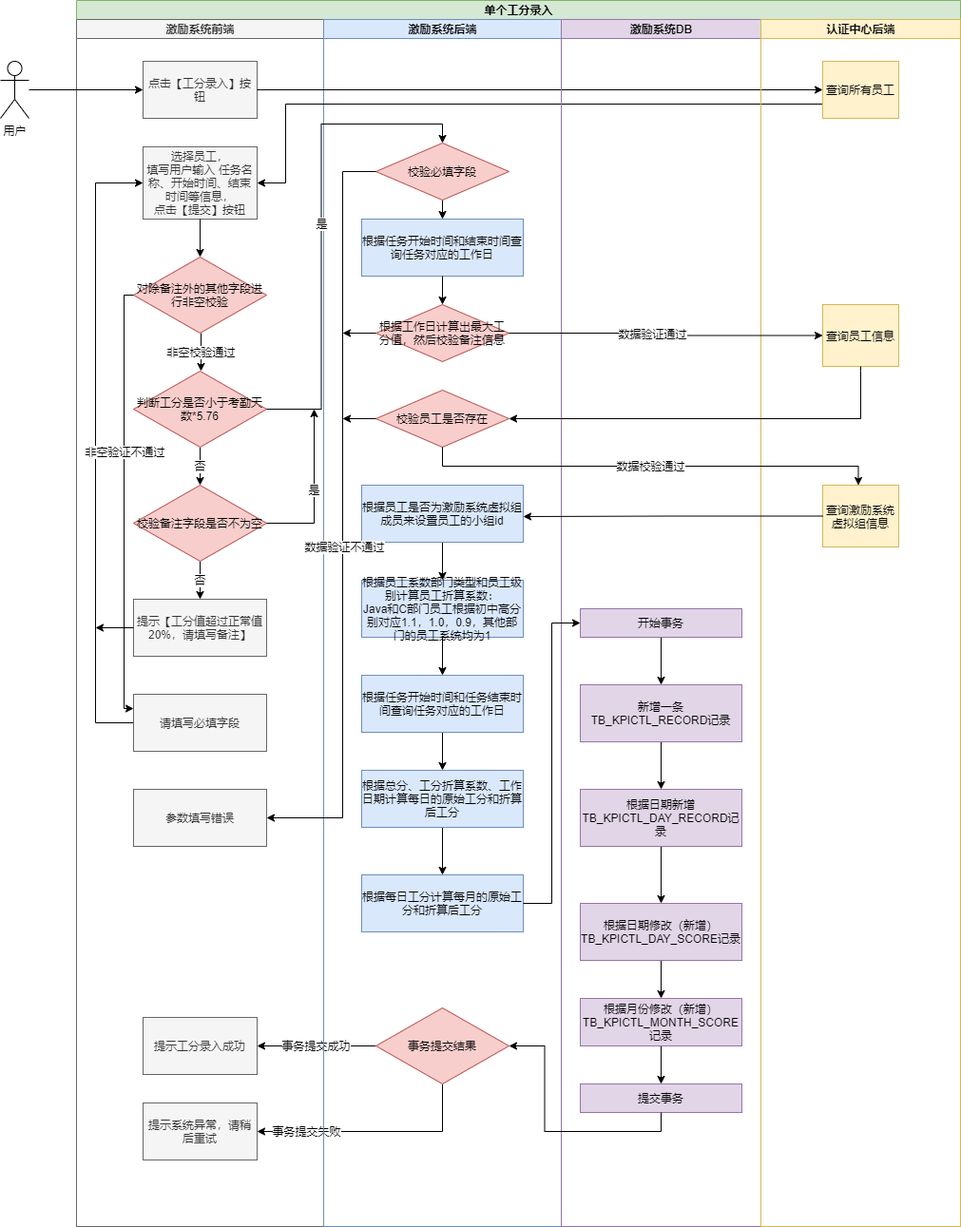
Before: 工分录入-单个工分录入.png, a diagram exported from draw.io (julingpu/coffee). Source tidied: cells renumbered, new cells last; positions are measured from the earlier drawing's top-left corner, leaving out a move shared by most shapes.
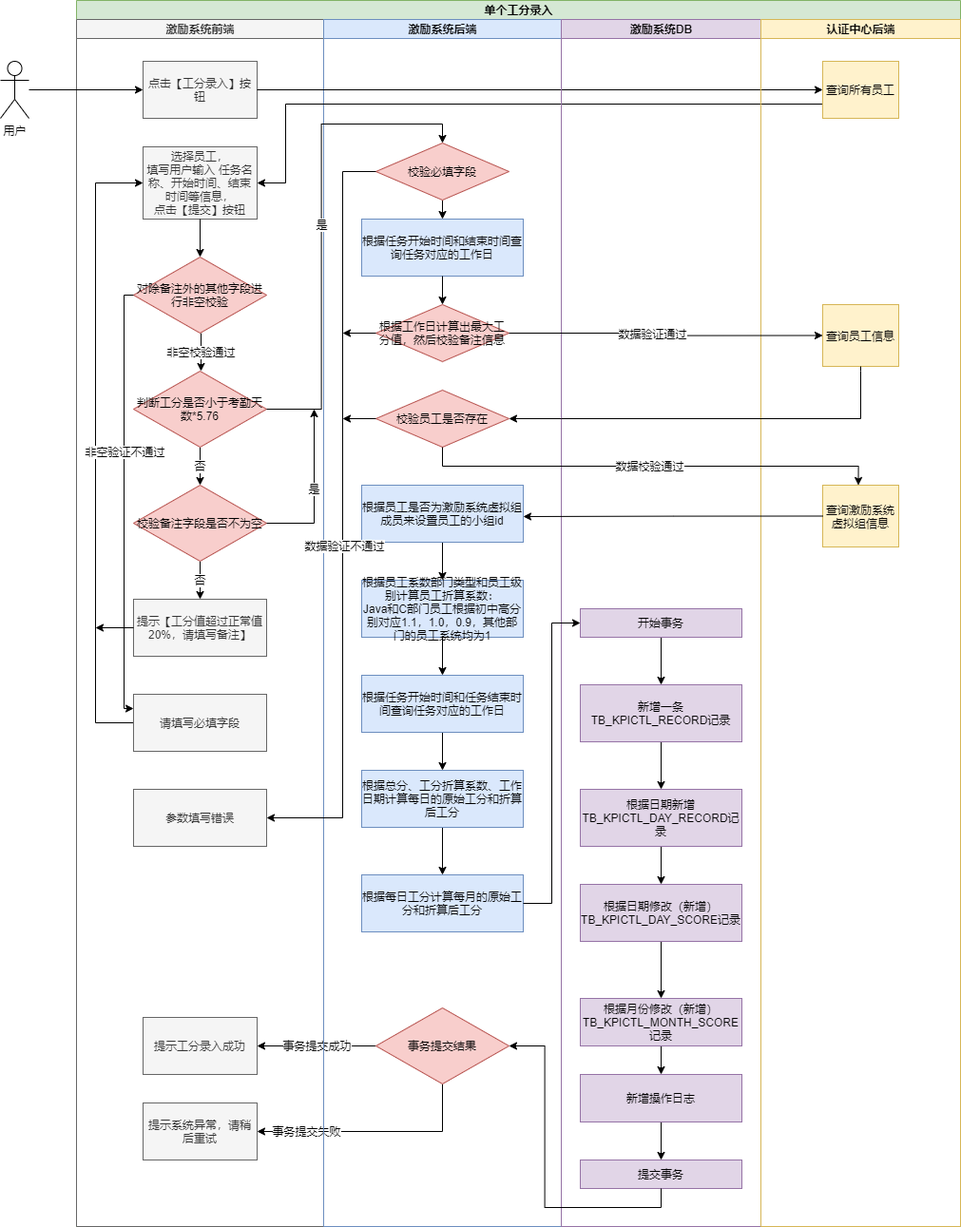
After the commit.

Commit message:
Update 工分录入-单个工分录入.png

What changed in the source:
```diff
@@ -161,9 +161,9 @@
       <mxGeometry relative="1" as="geometry" />
     </mxCell>
     <mxCell id="49" value="根据日期修改（新增）TB_KPICTL_DAY_SCORE记录" style="rounded=0;whiteSpace=wrap;html=1;fontFamily=Helvetica;fontSize=12;align=center;fillColor=#e1d5e7;strokeColor=#9673a6;" parent="43" vertex="1">
-      <mxGeometry x="20" y="930" width="170" height="60" as="geometry" />
+      <mxGeometry x="20" y="910" width="170" height="60" as="geometry" />
     </mxCell>
-    <mxCell id="50" style="edgeStyle=orthogonalEdgeStyle;rounded=0;jettySize=auto;html=1;exitX=0.5;exitY=1;exitDx=0;exitDy=0;entryX=0.5;entryY=0;entryDx=0;entryDy=0;" parent="43" edge="1" source="51" target="54">
+    <mxCell id="50" style="edgeStyle=orthogonalEdgeStyle;rounded=0;jettySize=auto;html=1;exitX=0.5;exitY=1;exitDx=0;exitDy=0;entryX=0.5;entryY=0;entryDx=0;entryDy=0;" parent="43" edge="1" source="51" target="76">
       <mxGeometry relative="1" as="geometry" />
     </mxCell>
     <mxCell id="51" value="根据月份修改（新增）TB_KPICTL_MONTH_SCORE记录" style="rounded=0;whiteSpace=wrap;html=1;fontFamily=Helvetica;fontSize=12;align=center;fillColor=#e1d5e7;strokeColor=#9673a6;" parent="43" vertex="1">
@@ -176,8 +176,14 @@
       <mxGeometry x="20" y="620" width="170" height="30" as="geometry" />
     </mxCell>
     <mxCell id="54" value="提交事务" style="rounded=0;whiteSpace=wrap;html=1;fontFamily=Helvetica;fontSize=12;align=center;fillColor=#e1d5e7;strokeColor=#9673a6;" parent="43" vertex="1">
-      <mxGeometry x="20" y="1120" width="170" height="30" as="geometry" />
+      <mxGeometry x="20" y="1200" width="170" height="30" as="geometry" />
     </mxCell>
+    <mxCell id="75" style="edgeStyle=orthogonalEdgeStyle;rounded=0;jettySize=auto;html=1;exitX=0.5;exitY=1;exitDx=0;exitDy=0;entryX=0.5;entryY=0;entryDx=0;entryDy=0;" parent="43" edge="1" source="76" target="54">
+      <mxGeometry relative="1" as="geometry" />
+    </mxCell>
+    <mxCell id="76" value="新增操作日志" style="rounded=0;whiteSpace=wrap;html=1;fontFamily=Helvetica;fontSize=12;align=center;fillColor=#e1d5e7;strokeColor=#9673a6;" parent="43" vertex="1">
+      <mxGeometry x="20" y="1110" width="170" height="50" as="geometry" />
+    </mxCell>
     <mxCell id="55" value="认证中心后端" style="swimlane;html=1;startSize=20;fillColor=#fff2cc;strokeColor=#d6b656;" parent="2" vertex="1">
       <mxGeometry x="720" y="20" width="210" height="1270" as="geometry" />
     </mxCell>
```
